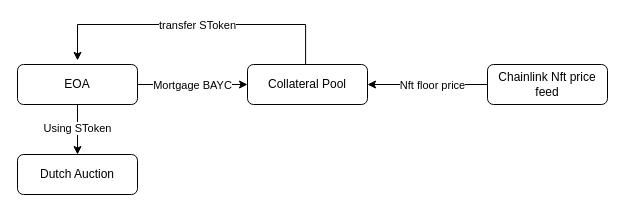
Liam860731/test keeps this draw.io diagram as 未命名绘图.drawio. Above is the earlier version. Source tidied: cells renumbered, new cells numbered last; positions are measured from the earlier drawing's top-left corner, leaving out a move shared by most shapes. Both pictures are drawn from the tidied source at 100%, with x=0, y=0 at pixel (17, 24).
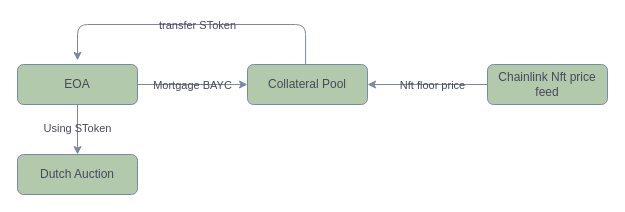
After the change.

Commit message:
更新未命名绘图.drawio

The edit, as a diff of the source:
```diff
@@
 <mxGraphModel>
   <root>
     <mxCell id="0" />
     <mxCell id="1" parent="0" />
-    <mxCell id="2" style="edgeStyle=orthogonalEdgeStyle;rounded=0;jettySize=auto;html=1;entryX=0;entryY=0.5;entryDx=0;entryDy=0;" parent="1" edge="1" source="6" target="11">
+    <mxCell id="2" style="edgeStyle=orthogonalEdgeStyle;rounded=1;jettySize=auto;html=1;entryX=0;entryY=0.5;entryDx=0;entryDy=0;labelBackgroundColor=none;fontColor=default;strokeColor=#788AA3;" parent="1" edge="1" source="6" target="11">
       <mxGeometry relative="1" as="geometry">
         <Array as="points">
           <mxPoint x="210" y="60" />
           <mxPoint x="210" y="60" />
         </Array>
       </mxGeometry>
     </mxCell>
-    <mxCell id="3" value="Mortgage BAYC" style="edgeLabel;html=1;align=center;verticalAlign=middle;" parent="2" vertex="1">
+    <mxCell id="3" value="Mortgage BAYC" style="edgeLabel;html=1;align=center;verticalAlign=middle;labelBackgroundColor=none;fontColor=#46495D;rounded=1;" parent="2" vertex="1">
       <mxGeometry x="-0.33" relative="1" as="geometry">
         <mxPoint x="17" as="offset" />
       </mxGeometry>
     </mxCell>
-    <mxCell id="4" style="edgeStyle=orthogonalEdgeStyle;rounded=0;jettySize=auto;html=1;entryX=0.5;entryY=0;entryDx=0;entryDy=0;" parent="1" edge="1" source="6" target="12">
+    <mxCell id="4" style="edgeStyle=orthogonalEdgeStyle;rounded=1;jettySize=auto;html=1;entryX=0.5;entryY=0;entryDx=0;entryDy=0;labelBackgroundColor=none;fontColor=default;strokeColor=#788AA3;" parent="1" edge="1" source="6" target="12">
       <mxGeometry relative="1" as="geometry" />
     </mxCell>
-    <mxCell id="5" value="Using SToken" style="edgeLabel;html=1;align=center;verticalAlign=middle;" parent="4" vertex="1">
+    <mxCell id="5" value="Using SToken" style="edgeLabel;html=1;align=center;verticalAlign=middle;labelBackgroundColor=none;fontColor=#46495D;rounded=1;" parent="4" vertex="1">
       <mxGeometry x="-0.1" y="-1" relative="1" as="geometry" />
     </mxCell>
-    <mxCell id="6" value="EOA" style="rounded=1;whiteSpace=wrap;html=1;fontSize=12;glass=0;strokeWidth=1;shadow=0;" parent="1" vertex="1">
+    <mxCell id="6" value="EOA" style="rounded=1;whiteSpace=wrap;html=1;fontSize=12;glass=0;strokeWidth=1;shadow=0;labelBackgroundColor=none;fillColor=#B2C9AB;strokeColor=#788AA3;fontColor=#46495D;" parent="1" vertex="1">
       <mxGeometry y="40" width="120" height="40" as="geometry" />
     </mxCell>
-    <mxCell id="7" style="edgeStyle=orthogonalEdgeStyle;rounded=0;orthogonalLoop=1;jettySize=auto;html=1;entryX=0.516;entryY=-0.103;entryDx=0;entryDy=0;entryPerimeter=0;" parent="1" edge="1">
+    <mxCell id="7" style="edgeStyle=orthogonalEdgeStyle;rounded=1;orthogonalLoop=1;jettySize=auto;html=1;entryX=0.516;entryY=-0.103;entryDx=0;entryDy=0;entryPerimeter=0;labelBackgroundColor=none;fontColor=default;strokeColor=#788AA3;" parent="1" edge="1">
       <mxGeometry relative="1" as="geometry">
         <mxPoint x="288.1" y="40" as="sourcePoint" />
         <mxPoint x="60" y="35.9" as="targetPoint" />
         <Array as="points">
           <mxPoint x="288.1" />
           <mxPoint x="60.1" />
         </Array>
       </mxGeometry>
     </mxCell>
-    <mxCell id="8" value="transfer SToken" style="edgeLabel;html=1;align=center;verticalAlign=middle;" parent="7" vertex="1">
+    <mxCell id="8" value="transfer SToken" style="edgeLabel;html=1;align=center;verticalAlign=middle;labelBackgroundColor=none;fontColor=#46495D;rounded=1;" parent="7" vertex="1">
       <mxGeometry x="-0.1" relative="1" as="geometry">
         <mxPoint x="-12" as="offset" />
       </mxGeometry>
     </mxCell>
-    <mxCell id="9" style="edgeStyle=orthogonalEdgeStyle;rounded=0;jettySize=auto;html=1;entryX=1;entryY=0.5;entryDx=0;entryDy=0;exitX=0;exitY=0.5;exitDx=0;exitDy=0;" parent="1" edge="1" source="13" target="11">
+    <mxCell id="9" style="edgeStyle=orthogonalEdgeStyle;rounded=1;jettySize=auto;html=1;entryX=1;entryY=0.5;entryDx=0;entryDy=0;exitX=0;exitY=0.5;exitDx=0;exitDy=0;labelBackgroundColor=none;fontColor=default;strokeColor=#788AA3;" parent="1" edge="1" source="13" target="11">
       <mxGeometry relative="1" as="geometry" />
     </mxCell>
-    <mxCell id="10" value="Nft floor price" style="edgeLabel;html=1;align=center;verticalAlign=middle;" parent="9" vertex="1">
+    <mxCell id="10" value="Nft floor price" style="edgeLabel;html=1;align=center;verticalAlign=middle;labelBackgroundColor=none;fontColor=#46495D;rounded=1;" parent="9" vertex="1">
       <mxGeometry x="0.23" y="-2" relative="1" as="geometry">
         <mxPoint x="18" y="2" as="offset" />
       </mxGeometry>
     </mxCell>
-    <mxCell id="11" value="Collateral Pool" style="rounded=1;whiteSpace=wrap;html=1;fontSize=12;glass=0;strokeWidth=1;shadow=0;" parent="1" vertex="1">
+    <mxCell id="11" value="Collateral Pool" style="rounded=1;whiteSpace=wrap;html=1;fontSize=12;glass=0;strokeWidth=1;shadow=0;labelBackgroundColor=none;fillColor=#B2C9AB;strokeColor=#788AA3;fontColor=#46495D;" parent="1" vertex="1">
       <mxGeometry x="230" y="40" width="120" height="40" as="geometry" />
     </mxCell>
-    <mxCell id="12" value="Dutch Auction" style="rounded=1;whiteSpace=wrap;html=1;fontSize=12;glass=0;strokeWidth=1;shadow=0;" parent="1" vertex="1">
+    <mxCell id="12" value="Dutch Auction" style="rounded=1;whiteSpace=wrap;html=1;fontSize=12;glass=0;strokeWidth=1;shadow=0;labelBackgroundColor=none;fillColor=#B2C9AB;strokeColor=#788AA3;fontColor=#46495D;" parent="1" vertex="1">
       <mxGeometry y="130" width="120" height="40" as="geometry" />
     </mxCell>
-    <mxCell id="13" value="Chainlink Nft price feed" style="rounded=1;whiteSpace=wrap;html=1;fontSize=12;glass=0;strokeWidth=1;shadow=0;" parent="1" vertex="1">
+    <mxCell id="13" value="Chainlink Nft price feed" style="rounded=1;whiteSpace=wrap;html=1;fontSize=12;glass=0;strokeWidth=1;shadow=0;labelBackgroundColor=none;fillColor=#B2C9AB;strokeColor=#788AA3;fontColor=#46495D;" parent="1" vertex="1">
       <mxGeometry x="470" y="40" width="120" height="40" as="geometry" />
     </mxCell>
   </root>
 </mxGraphModel>
```
